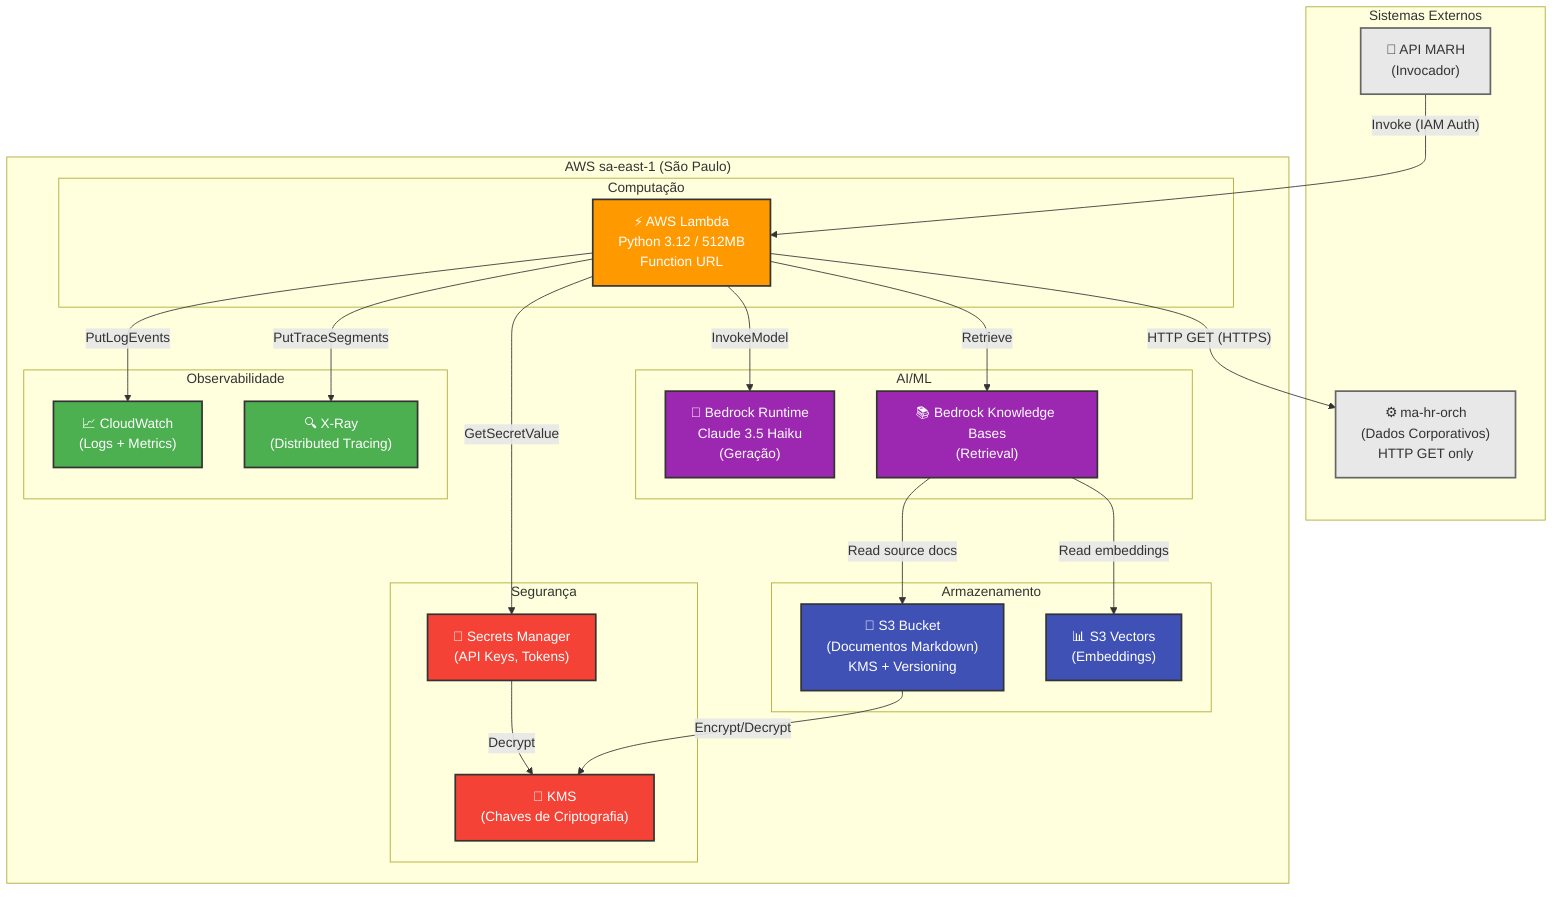
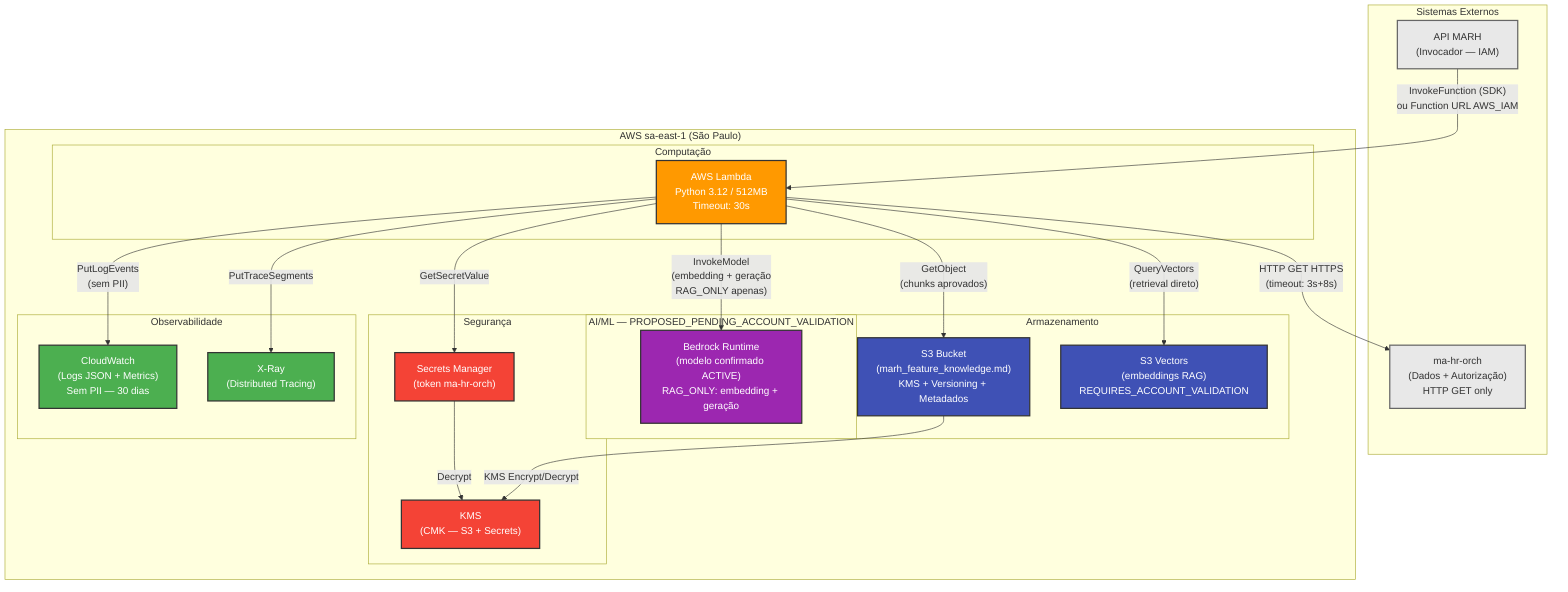
%% AWS Container Diagram - MARH Consultive Agent
- %% Data: 2026-07-23
+ %% Data: 2026-07-23 (revisão corretiva)
%% Region: sa-east-1
+ %% Modelo: PROPOSED_PENDING_ACCOUNT_VALIDATION
+ %% RAG: Lambda → embedding → S3 Vectors direto (KB gerenciada não confirmada)

graph TB
    subgraph External["Sistemas Externos"]
-         APIMARH["🔗 API MARH<br/>(Invocador)"]
-         MaHrOrch["⚙️ ma-hr-orch<br/>(Dados Corporativos)<br/>HTTP GET only"]
+         APIMARH["API MARH<br/>(Invocador — IAM)"]
+         MaHrOrch["ma-hr-orch<br/>(Dados + Autorização)<br/>HTTP GET only"]
    end

    subgraph AWS_SA_EAST_1["AWS sa-east-1 (São Paulo)"]
        subgraph Compute["Computação"]
-             Lambda["⚡ AWS Lambda<br/>Python 3.12 / 512MB<br/>Function URL"]
+             Lambda["AWS Lambda<br/>Python 3.12 / 512MB<br/>Timeout: 30s"]
        end

-         subgraph AI_ML["AI/ML"]
-             BedrockRuntime["🧠 Bedrock Runtime<br/>Claude 3.5 Haiku<br/>(Geração)"]
-             BedrockKB["📚 Bedrock Knowledge Bases<br/>(Retrieval)"]
+         subgraph AI_ML["AI/ML — PROPOSED_PENDING_ACCOUNT_VALIDATION"]
+             BedrockRuntime["Bedrock Runtime<br/>(modelo confirmado ACTIVE)<br/>RAG_ONLY: embedding + geração"]
        end

        subgraph Storage["Armazenamento"]
-             S3Docs["📁 S3 Bucket<br/>(Documentos Markdown)<br/>KMS + Versioning"]
-             S3Vectors["📊 S3 Vectors<br/>(Embeddings)"]
+             S3Docs["S3 Bucket<br/>(marh_feature_knowledge.md)<br/>KMS + Versioning + Metadados"]
+             S3Vectors["S3 Vectors<br/>(embeddings RAG)<br/>REQUIRES_ACCOUNT_VALIDATION"]
        end

        subgraph Security["Segurança"]
-             SecretsManager["🔐 Secrets Manager<br/>(API Keys, Tokens)"]
-             KMS["🔑 KMS<br/>(Chaves de Criptografia)"]
+             SecretsManager["Secrets Manager<br/>(token ma-hr-orch)"]
+             KMS["KMS<br/>(CMK — S3 + Secrets)"]
        end

        subgraph Observability["Observabilidade"]
-             CloudWatch["📈 CloudWatch<br/>(Logs + Metrics)"]
-             XRay["🔍 X-Ray<br/>(Distributed Tracing)"]
+             CloudWatch["CloudWatch<br/>(Logs JSON + Metrics)<br/>Sem PII — 30 dias"]
+             XRay["X-Ray<br/>(Distributed Tracing)"]
        end
    end

    %% Connections
-     APIMARH -->|"Invoke (IAM Auth)"| Lambda
-     Lambda -->|"InvokeModel"| BedrockRuntime
-     Lambda -->|"Retrieve"| BedrockKB
-     Lambda -->|"HTTP GET (HTTPS)"| MaHrOrch
+     APIMARH -->|"InvokeFunction (SDK)<br/>ou Function URL AWS_IAM"| Lambda
+     Lambda -->|"InvokeModel<br/>(embedding + geração<br/>RAG_ONLY apenas)"| BedrockRuntime
+     Lambda -->|"QueryVectors<br/>(retrieval direto)"| S3Vectors
+     Lambda -->|"GetObject<br/>(chunks aprovados)"| S3Docs
+     Lambda -->|"HTTP GET HTTPS<br/>(timeout: 3s+8s)"| MaHrOrch
    Lambda -->|"GetSecretValue"| SecretsManager
-     Lambda -->|"PutLogEvents"| CloudWatch
+     Lambda -->|"PutLogEvents<br/>(sem PII)"| CloudWatch
    Lambda -->|"PutTraceSegments"| XRay
-     BedrockKB -->|"Read embeddings"| S3Vectors
-     BedrockKB -->|"Read source docs"| S3Docs
    SecretsManager -->|"Decrypt"| KMS
-     S3Docs -->|"Encrypt/Decrypt"| KMS
+     S3Docs -->|"KMS Encrypt/Decrypt"| KMS

    %% Styling
    classDef external fill:#e8e8e8,stroke:#666,stroke-width:2px
    classDef compute fill:#ff9900,stroke:#333,stroke-width:2px,color:#fff
    classDef ai fill:#9c27b0,stroke:#333,stroke-width:2px,color:#fff
    classDef storage fill:#3f51b5,stroke:#333,stroke-width:2px,color:#fff
    classDef security fill:#f44336,stroke:#333,stroke-width:2px,color:#fff
    classDef observability fill:#4caf50,stroke:#333,stroke-width:2px,color:#fff

    class APIMARH,MaHrOrch external
    class Lambda compute
-     class BedrockRuntime,BedrockKB ai
+     class BedrockRuntime ai
    class S3Docs,S3Vectors storage
    class SecretsManager,KMS security
    class CloudWatch,XRay observability
